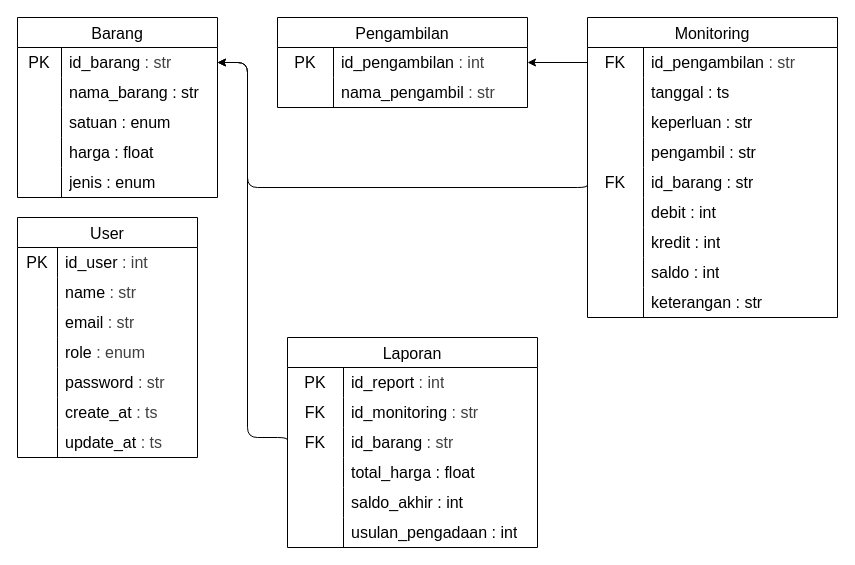
Before: page "TRD" (1 of 5) of flow.drawio in Fakhrezy/sistem-atk-paljaya, a draw.io diagram. Source tidied: cells renumbered, new cells numbered last; positions are measured from the earlier drawing's top-left corner, leaving out a move shared by most shapes. Both pictures are drawn from the tidied source at 100%, with x=0, y=0 at pixel (17, 17).
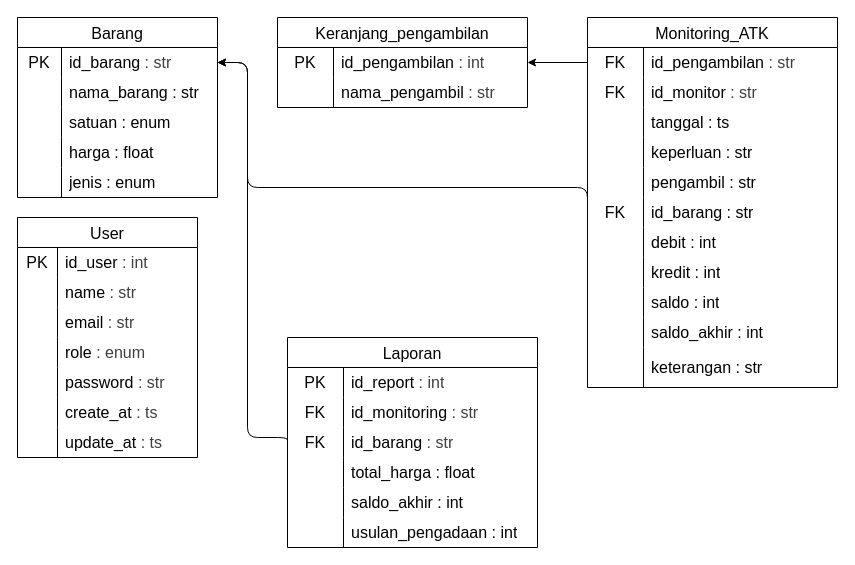
The same page after the edit.

What changed in the source:
```diff
@@
-    <mxCell id="2" value="Monitoring" style="shape=table;startSize=30;childLayout=tableLayout;rowLines=0;fontStyle=0;strokeColor=default;fontSize=16;" parent="1" vertex="1">
-      <mxGeometry x="570" width="250" height="300" as="geometry" />
+    <mxCell id="2" value="Monitoring_ATK" style="shape=table;startSize=30;childLayout=tableLayout;rowLines=0;fontStyle=0;strokeColor=default;fontSize=16;" parent="1" vertex="1">
+      <mxGeometry x="570" width="250" height="370" as="geometry" />
     </mxCell>
@@
+    <mxCell id="97" style="shape=tableRow;horizontal=0;startSize=0;swimlaneHead=0;swimlaneBody=0;top=0;left=0;bottom=0;right=0;fillColor=none;strokeColor=inherit;fontSize=16;" parent="2" vertex="1">
+      <mxGeometry y="60" width="250" height="30" as="geometry" />
+    </mxCell>
+    <mxCell id="98" value="FK" style="shape=partialRectangle;html=1;whiteSpace=wrap;fillColor=none;top=0;left=0;bottom=0;right=0;overflow=hidden;strokeColor=inherit;fontSize=16;" parent="97" vertex="1">
+      <mxGeometry width="56" height="30" as="geometry" />
+    </mxCell>
+    <mxCell id="99" value="&lt;span style=&quot;background-color: transparent; color: rgb(63, 63, 63);&quot;&gt;&lt;font color=&quot;#000000&quot;&gt;id_monitor&lt;/font&gt;&lt;/span&gt;&lt;span style=&quot;color: rgb(63, 63, 63); background-color: transparent;&quot;&gt;&amp;nbsp;: str&lt;/span&gt;" style="shape=partialRectangle;html=1;whiteSpace=wrap;fillColor=none;top=0;left=0;bottom=0;right=0;align=left;spacingLeft=6;overflow=hidden;strokeColor=inherit;fontSize=16;" parent="97" vertex="1">
+      <mxGeometry x="56" width="194" height="30" as="geometry" />
+    </mxCell>
     <mxCell id="6" style="shape=tableRow;horizontal=0;startSize=0;swimlaneHead=0;swimlaneBody=0;top=0;left=0;bottom=0;right=0;fillColor=none;strokeColor=inherit;fontSize=16;" parent="2" vertex="1">
-      <mxGeometry y="60" width="250" height="30" as="geometry" />
+      <mxGeometry y="90" width="250" height="30" as="geometry" />
     </mxCell>
@@
     <mxCell id="9" style="shape=tableRow;horizontal=0;startSize=0;swimlaneHead=0;swimlaneBody=0;top=0;left=0;bottom=0;right=0;fillColor=none;strokeColor=inherit;fontSize=16;" parent="2" vertex="1">
-      <mxGeometry y="90" width="250" height="30" as="geometry" />
+      <mxGeometry y="120" width="250" height="30" as="geometry" />
     </mxCell>
@@
     <mxCell id="12" style="shape=tableRow;horizontal=0;startSize=0;swimlaneHead=0;swimlaneBody=0;top=0;left=0;bottom=0;right=0;fillColor=none;strokeColor=inherit;fontSize=16;" parent="2" vertex="1">
-      <mxGeometry y="120" width="250" height="30" as="geometry" />
+      <mxGeometry y="150" width="250" height="30" as="geometry" />
     </mxCell>
@@
     <mxCell id="15" style="shape=tableRow;horizontal=0;startSize=0;swimlaneHead=0;swimlaneBody=0;top=0;left=0;bottom=0;right=0;fillColor=none;points=[[0,0.5],[1,0.5]];portConstraint=eastwest;strokeColor=inherit;fontSize=16;" parent="2" vertex="1">
-      <mxGeometry y="150" width="250" height="30" as="geometry" />
+      <mxGeometry y="180" width="250" height="30" as="geometry" />
     </mxCell>
@@
     <mxCell id="18" style="shape=tableRow;horizontal=0;startSize=0;swimlaneHead=0;swimlaneBody=0;top=0;left=0;bottom=0;right=0;fillColor=none;strokeColor=inherit;fontSize=16;" parent="2" vertex="1">
-      <mxGeometry y="180" width="250" height="30" as="geometry" />
+      <mxGeometry y="210" width="250" height="30" as="geometry" />
     </mxCell>
@@
     <mxCell id="21" style="shape=tableRow;horizontal=0;startSize=0;swimlaneHead=0;swimlaneBody=0;top=0;left=0;bottom=0;right=0;fillColor=none;strokeColor=inherit;fontSize=16;" parent="2" vertex="1">
-      <mxGeometry y="210" width="250" height="30" as="geometry" />
+      <mxGeometry y="240" width="250" height="30" as="geometry" />
     </mxCell>
@@
     <mxCell id="24" style="shape=tableRow;horizontal=0;startSize=0;swimlaneHead=0;swimlaneBody=0;top=0;left=0;bottom=0;right=0;fillColor=none;strokeColor=inherit;fontSize=16;" parent="2" vertex="1">
-      <mxGeometry y="240" width="250" height="30" as="geometry" />
+      <mxGeometry y="270" width="250" height="30" as="geometry" />
     </mxCell>
@@
+    <mxCell id="100" style="shape=tableRow;horizontal=0;startSize=0;swimlaneHead=0;swimlaneBody=0;top=0;left=0;bottom=0;right=0;fillColor=none;strokeColor=inherit;fontSize=16;" parent="2" vertex="1">
+      <mxGeometry y="300" width="250" height="30" as="geometry" />
+    </mxCell>
+    <mxCell id="101" style="shape=partialRectangle;html=1;whiteSpace=wrap;fillColor=none;top=0;left=0;bottom=0;right=0;overflow=hidden;strokeColor=inherit;fontSize=16;" parent="100" vertex="1">
+      <mxGeometry width="56" height="30" as="geometry" />
+    </mxCell>
+    <mxCell id="102" value="saldo_akhir : int" style="shape=partialRectangle;html=1;whiteSpace=wrap;fillColor=none;top=0;left=0;bottom=0;right=0;align=left;spacingLeft=6;overflow=hidden;strokeColor=inherit;fontSize=16;" parent="100" vertex="1">
+      <mxGeometry x="56" width="194" height="30" as="geometry" />
+    </mxCell>
     <mxCell id="27" style="shape=tableRow;horizontal=0;startSize=0;swimlaneHead=0;swimlaneBody=0;top=0;left=0;bottom=0;right=0;fillColor=none;strokeColor=inherit;fontSize=16;" parent="2" vertex="1">
-      <mxGeometry y="270" width="250" height="30" as="geometry" />
+      <mxGeometry y="330" width="250" height="40" as="geometry" />
     </mxCell>
     <mxCell id="28" style="shape=partialRectangle;html=1;whiteSpace=wrap;fillColor=none;top=0;left=0;bottom=0;right=0;overflow=hidden;strokeColor=inherit;fontSize=16;" parent="27" vertex="1">
-      <mxGeometry width="56" height="30" as="geometry" />
+      <mxGeometry width="56" height="40" as="geometry" />
     </mxCell>
     <mxCell id="29" value="keterangan : str" style="shape=partialRectangle;html=1;whiteSpace=wrap;fillColor=none;top=0;left=0;bottom=0;right=0;align=left;spacingLeft=6;overflow=hidden;strokeColor=inherit;fontSize=16;" parent="27" vertex="1">
-      <mxGeometry x="56" width="194" height="30" as="geometry" />
+      <mxGeometry x="56" width="194" height="40" as="geometry" />
     </mxCell>
@@
-    <mxCell id="89" value="Pengambilan" style="shape=table;startSize=30;childLayout=tableLayout;rowLines=0;fontStyle=0;strokeColor=default;fontSize=16;" parent="1" vertex="1">
+    <mxCell id="89" value="Keranjang_pengambilan" style="shape=table;startSize=30;childLayout=tableLayout;rowLines=0;fontStyle=0;strokeColor=default;fontSize=16;" parent="1" vertex="1">
       <mxGeometry x="260" width="250" height="90" as="geometry" />
     </mxCell>
```
